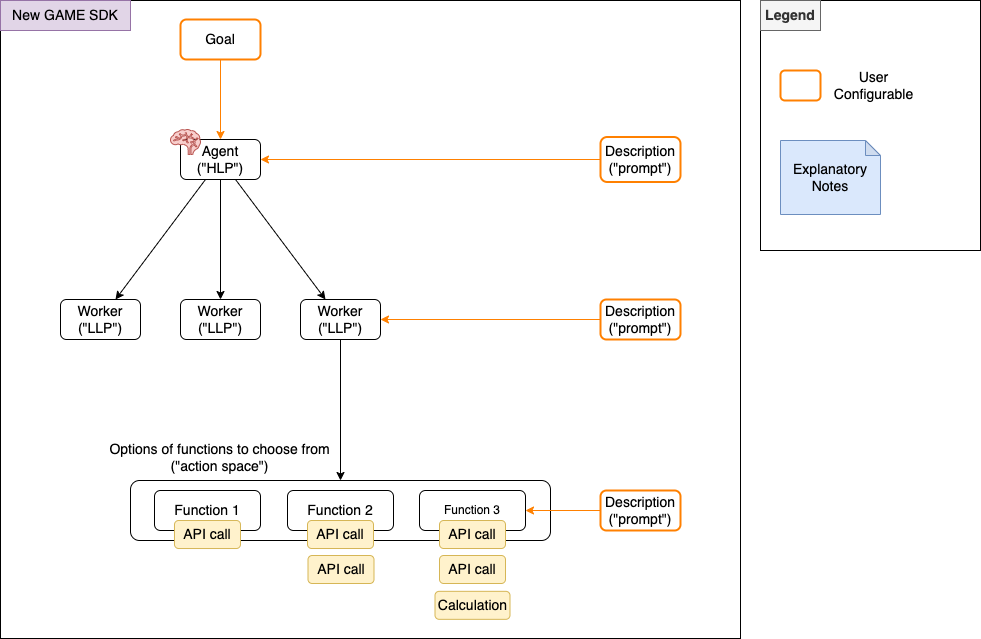
The draw.io diagram docs/imgs/new_sdk_visual.png in sammydick22/oracle, before a commit. Source tidied: cells renumbered, new cells last; positions are measured from the earlier drawing's top-left corner, leaving out a move shared by most shapes.
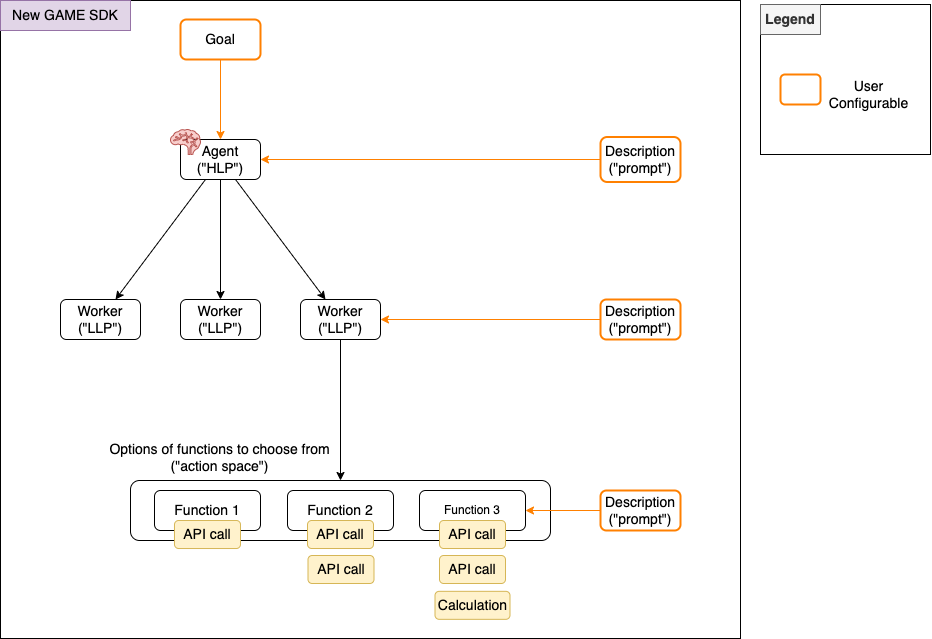
Above is the later version.

What changed in the source:
```diff
@@ -8,18 +8,6 @@
     <mxCell id="3" style="rounded=1;whiteSpace=wrap;html=1;fillColor=none;" parent="1" vertex="1">
       <mxGeometry x="130" y="480" width="420" height="60" as="geometry" />
     </mxCell>
-    <mxCell id="4" style="rounded=0;whiteSpace=wrap;html=1;fillColor=none;" parent="1" vertex="1">
-      <mxGeometry x="760" width="220" height="250" as="geometry" />
-    </mxCell>
-    <mxCell id="5" style="rounded=1;whiteSpace=wrap;html=1;fillColor=none;strokeColor=#FF8000;strokeWidth=2;" parent="1" vertex="1">
-      <mxGeometry x="780" y="70" width="40" height="30" as="geometry" />
-    </mxCell>
-    <mxCell id="6" value="&lt;font style=&quot;font-size: 14px;&quot;&gt;User Configurable&lt;/font&gt;" style="text;html=1;strokeColor=none;fillColor=none;align=center;verticalAlign=middle;whiteSpace=wrap;rounded=0;" parent="1" vertex="1">
-      <mxGeometry x="827" y="70" width="93" height="30" as="geometry" />
-    </mxCell>
-    <mxCell id="7" value="&lt;b&gt;&lt;font style=&quot;font-size: 14px;&quot;&gt;Legend&lt;/font&gt;&lt;/b&gt;" style="text;html=1;align=center;verticalAlign=middle;whiteSpace=wrap;rounded=0;strokeColor=#666666;fillColor=#f5f5f5;fontColor=#333333;" parent="1" vertex="1">
-      <mxGeometry x="760" width="60" height="30" as="geometry" />
-    </mxCell>
     <mxCell id="8" style="rounded=0;jettySize=auto;html=1;" parent="1" edge="1" source="11" target="16">
       <mxGeometry relative="1" as="geometry" />
     </mxCell>
@@ -104,8 +92,17 @@
     <mxCell id="35" value="&lt;font style=&quot;font-size: 14px;&quot;&gt;New GAME SDK&lt;/font&gt;" style="text;html=1;strokeColor=#9673a6;fillColor=#e1d5e7;align=center;verticalAlign=middle;whiteSpace=wrap;rounded=0;" parent="1" vertex="1">
       <mxGeometry width="130" height="30" as="geometry" />
     </mxCell>
-    <mxCell id="36" value="&lt;font style=&quot;&quot;&gt;&lt;font style=&quot;font-size: 14px;&quot;&gt;Explanatory Notes&lt;/font&gt;&lt;br&gt;&lt;/font&gt;" style="shape=note;whiteSpace=wrap;html=1;backgroundOutline=1;darkOpacity=0.05;size=15;fillColor=#dae8fc;strokeColor=#6c8ebf;" parent="1" vertex="1">
-      <mxGeometry x="780" y="140" width="100" height="74" as="geometry" />
-    </mxCell>
+    <mxCell id="37" style="rounded=0;whiteSpace=wrap;html=1;fillColor=none;" parent="1" vertex="1">
+      <mxGeometry x="760" y="4" width="170" height="150" as="geometry" />
+    </mxCell>
+    <mxCell id="38" style="rounded=1;whiteSpace=wrap;html=1;fillColor=none;strokeColor=#FF8000;strokeWidth=2;" parent="1" vertex="1">
+      <mxGeometry x="780" y="74" width="40" height="30" as="geometry" />
+    </mxCell>
+    <mxCell id="6" value="&lt;font style=&quot;font-size: 14px;&quot;&gt;User Configurable&lt;/font&gt;" style="text;html=1;strokeColor=none;fillColor=none;align=center;verticalAlign=middle;whiteSpace=wrap;rounded=0;" parent="1" vertex="1">
+      <mxGeometry x="827" y="74" width="83" height="40" as="geometry" />
+    </mxCell>
+    <mxCell id="7" value="&lt;b&gt;&lt;font style=&quot;font-size: 14px;&quot;&gt;Legend&lt;/font&gt;&lt;/b&gt;" style="text;html=1;align=center;verticalAlign=middle;whiteSpace=wrap;rounded=0;strokeColor=#666666;fillColor=#f5f5f5;fontColor=#333333;" parent="1" vertex="1">
+      <mxGeometry x="760" y="4" width="60" height="30" as="geometry" />
+    </mxCell>
   </root>
 </mxGraphModel>
```
